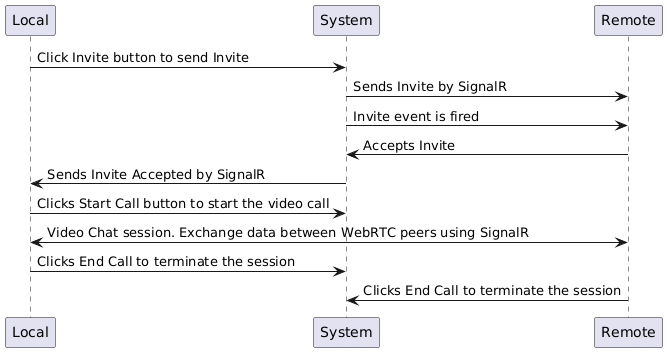
VeritasSoftware/WebRTC keeps this PlantUML diagram as Docs/VideoChatSequenceDiagram.png. Above is the earlier version.
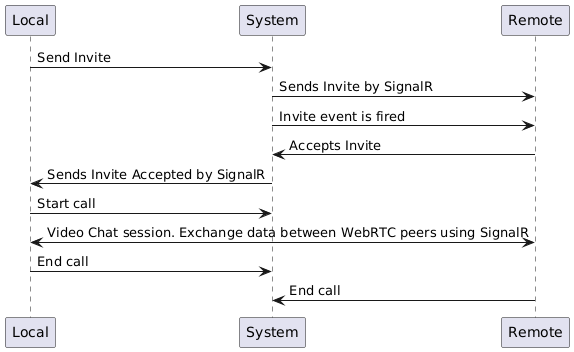
Later version of the same file.

The edit, as a diff of the source:
```diff
@@ -1,11 +1,11 @@
 @startuml
-Local -> System: Click Invite button to send Invite
+Local -> System: Send Invite
 System -> Remote: Sends Invite by SignalR
 System -> Remote: Invite event is fired
 Remote -> System: Accepts Invite
 System -> Local: Sends Invite Accepted by SignalR
-Local -> System: Clicks Start Call button to start the video call
+Local -> System: Start call
 Local <-> Remote: Video Chat session. Exchange data between WebRTC peers using SignalR
-Local -> System: Clicks End Call to terminate the session
-Remote -> System: Clicks End Call to terminate the session
+Local -> System: End call
+Remote -> System: End call
 @enduml
```
